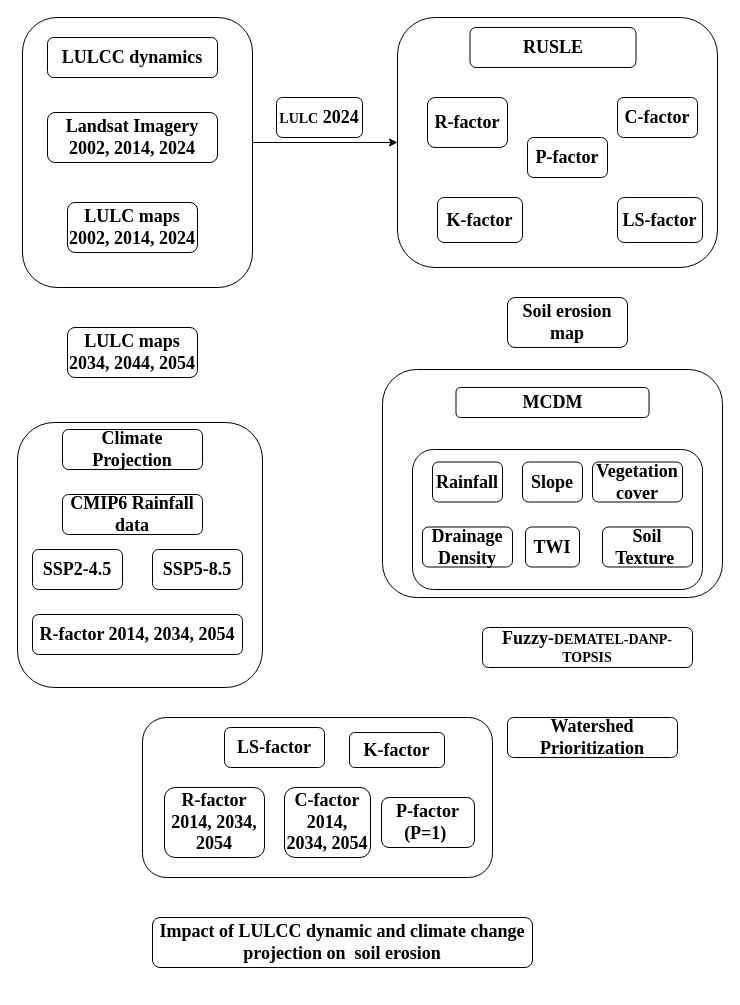
Before: overallconceptualframework.drawio in yemioke/PRISMA2020, a draw.io diagram. Source tidied: cells renumbered, new cells numbered last; positions are measured from the earlier drawing's top-left corner, leaving out a move shared by most shapes. Both pictures are drawn from the tidied source at 100%, with x=0, y=0 at pixel (17, 17).
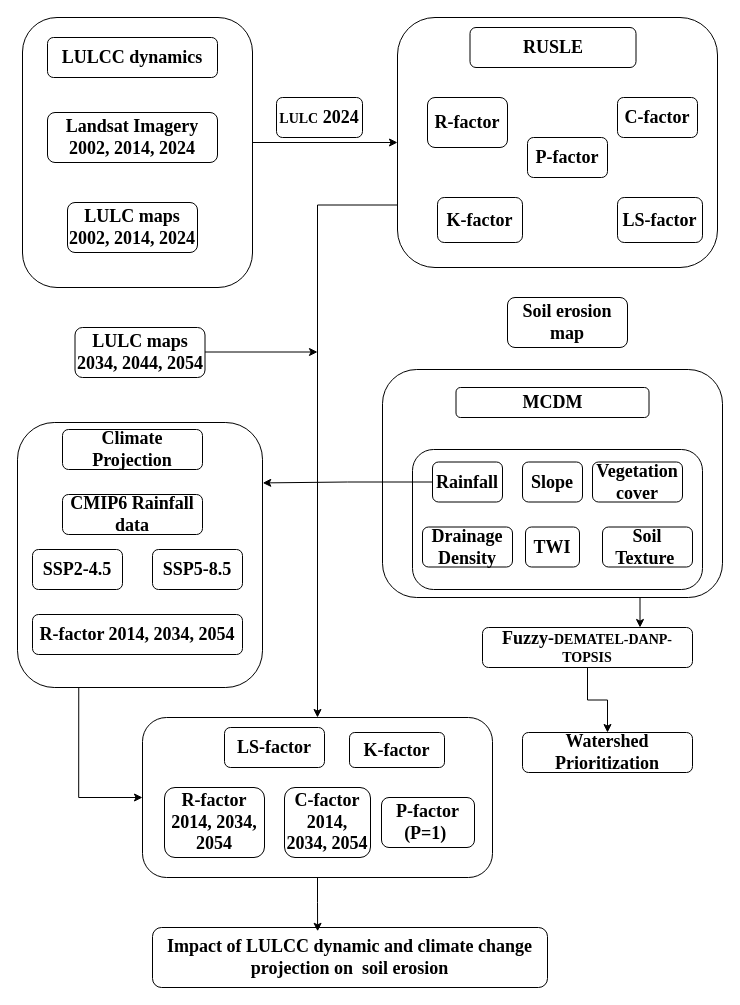
The same diagram, later.

Unchanged cells that the change refers to:
```xml
<mxCell id="2" style="rounded=1;whiteSpace=wrap;html=1;" parent="1" vertex="1">
  <mxGeometry x="125" y="700" width="350" height="160" as="geometry" />
</mxCell>
<mxCell id="3" style="rounded=1;whiteSpace=wrap;html=1;" parent="1" vertex="1">
  <mxGeometry x="365" y="352" width="340" height="228" as="geometry" />
</mxCell>
<mxCell id="5" style="rounded=1;whiteSpace=wrap;html=1;" parent="1" vertex="1">
  <mxGeometry x="380" width="320" height="250" as="geometry" />
</mxCell>
<mxCell id="6" style="rounded=1;whiteSpace=wrap;html=1;" parent="1" vertex="1">
  <mxGeometry y="405" width="245" height="265" as="geometry" />
</mxCell>
<mxCell id="20" value="&lt;b&gt;&lt;font style=&quot;font-size: 18px;&quot; face=&quot;Garamond&quot;&gt;Rainfall&lt;/font&gt;&lt;/b&gt;" style="rounded=1;whiteSpace=wrap;html=1;" parent="1" vertex="1">
  <mxGeometry x="415" y="444.5" width="70" height="40" as="geometry" />
</mxCell>
<mxCell id="26" value="&lt;b&gt;&lt;font style=&quot;font-size: 18px;&quot; face=&quot;Garamond&quot;&gt;Fuzzy-&lt;/font&gt;&lt;font style=&quot;font-size: 14px;&quot; face=&quot;Garamond&quot;&gt;DEMATEL-DANP-TOPSIS&lt;/font&gt;&lt;/b&gt;" style="rounded=1;whiteSpace=wrap;html=1;" parent="1" vertex="1">
  <mxGeometry x="465" y="610" width="210" height="40" as="geometry" />
</mxCell>
```

Diff of the diagram source:
```diff
@@
+    <mxCell id="41" style="edgeStyle=orthogonalEdgeStyle;rounded=0;jettySize=auto;html=1;exitX=0.75;exitY=1;exitDx=0;exitDy=0;entryX=0.75;entryY=0;entryDx=0;entryDy=0;" parent="1" edge="1" source="3" target="26">
+      <mxGeometry relative="1" as="geometry" />
+    </mxCell>
@@
+    <mxCell id="42" style="edgeStyle=orthogonalEdgeStyle;rounded=0;jettySize=auto;html=1;exitX=0;exitY=0.75;exitDx=0;exitDy=0;entryX=0.5;entryY=0;entryDx=0;entryDy=0;" parent="1" edge="1" source="5" target="2">
+      <mxGeometry relative="1" as="geometry" />
+    </mxCell>
@@
+    <mxCell id="43" style="edgeStyle=orthogonalEdgeStyle;rounded=0;jettySize=auto;html=1;exitX=0.25;exitY=1;exitDx=0;exitDy=0;entryX=0;entryY=0.5;entryDx=0;entryDy=0;" parent="1" edge="1" source="6" target="2">
+      <mxGeometry relative="1" as="geometry" />
+    </mxCell>
@@
     <mxCell id="11" value="&lt;font face=&quot;Garamond&quot;&gt;&lt;span style=&quot;font-size: 18px;&quot;&gt;&lt;b&gt;Impact of LULCC dynamic and climate change projection on&amp;nbsp; soil erosion&lt;/b&gt;&lt;/span&gt;&lt;/font&gt;" style="rounded=1;whiteSpace=wrap;html=1;" parent="1" vertex="1">
-      <mxGeometry x="135" y="900" width="380" height="50" as="geometry" />
+      <mxGeometry x="135" y="910" width="395" height="60" as="geometry" />
     </mxCell>
@@
+    <mxCell id="44" style="edgeStyle=orthogonalEdgeStyle;rounded=0;orthogonalLoop=1;jettySize=auto;html=1;exitX=1;exitY=0.5;exitDx=0;exitDy=0;" parent="1" edge="1">
+      <mxGeometry relative="1" as="geometry">
+        <mxPoint x="185" y="334.5" as="sourcePoint" />
+        <mxPoint x="300" y="334.5" as="targetPoint" />
+      </mxGeometry>
+    </mxCell>
     <mxCell id="13" value="&lt;b&gt;&lt;font style=&quot;font-size: 18px;&quot; face=&quot;Garamond&quot;&gt;LULC maps 2034, 2044, 2054&lt;/font&gt;&lt;/b&gt;" style="rounded=1;whiteSpace=wrap;html=1;" parent="1" vertex="1">
-      <mxGeometry x="50" y="310" width="130" height="50" as="geometry" />
+      <mxGeometry x="57.5" y="310" width="130" height="50" as="geometry" />
     </mxCell>
@@
+    <mxCell id="45" style="edgeStyle=orthogonalEdgeStyle;rounded=0;jettySize=auto;html=1;exitX=0.5;exitY=1;exitDx=0;exitDy=0;entryX=0.5;entryY=0;entryDx=0;entryDy=0;" parent="1" edge="1" source="26" target="27">
+      <mxGeometry relative="1" as="geometry" />
+    </mxCell>
@@
     <mxCell id="27" value="&lt;font face=&quot;Garamond&quot;&gt;&lt;span style=&quot;font-size: 18px;&quot;&gt;&lt;b&gt;Watershed Prioritization&lt;/b&gt;&lt;/span&gt;&lt;/font&gt;" style="rounded=1;whiteSpace=wrap;html=1;" parent="1" vertex="1">
-      <mxGeometry x="490" y="700" width="170" height="40" as="geometry" />
+      <mxGeometry x="505" y="715" width="170" height="40" as="geometry" />
     </mxCell>
@@
+    <mxCell id="46" style="edgeStyle=orthogonalEdgeStyle;rounded=0;jettySize=auto;html=1;exitX=0;exitY=0.5;exitDx=0;exitDy=0;entryX=1.001;entryY=0.228;entryDx=0;entryDy=0;entryPerimeter=0;" parent="1" edge="1" source="20" target="6">
+      <mxGeometry relative="1" as="geometry" />
+    </mxCell>
+    <mxCell id="47" style="edgeStyle=orthogonalEdgeStyle;rounded=0;jettySize=auto;html=1;exitX=0.5;exitY=1;exitDx=0;exitDy=0;entryX=0.418;entryY=0.063;entryDx=0;entryDy=0;entryPerimeter=0;" parent="1" edge="1" source="2" target="11">
+      <mxGeometry relative="1" as="geometry" />
+    </mxCell>
```
